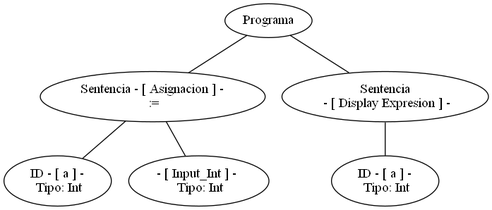
The Graphviz diagram arbol.png in SantiPerez17/Compiladores, before a commit. Its source is kept beside it as arbol.dot.
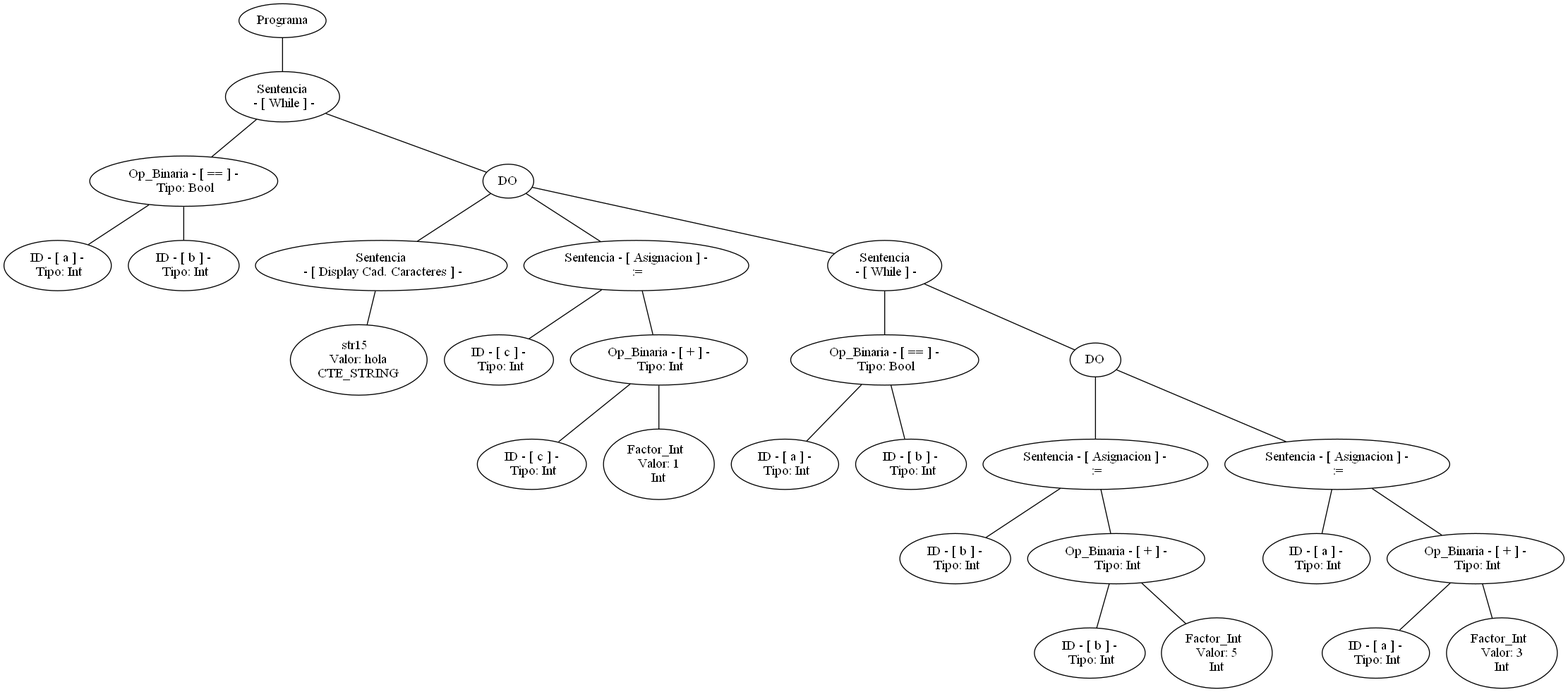
The same diagram one commit later.

Commit message:
While anidado corregido

Diff of the diagram source:
```diff
@@ -1,17 +1,85 @@
 graph G {nodo_programa[label="Programa"]
-nodo_1815674630[label="Sentencia - [ Asignacion ] -
- :="]
-nodo_programa--nodo_1815674630
-nodo_1777485983[label=" ID - [ a ] -
- Tipo: Int"]
-nodo_1815674630--nodo_1777485983
-nodo_1775156878[label="- [ Input_Int ] -
+nodo_1206660229[label="Sentencia
+ - [ While ] -"]
+nodo_programa--nodo_1206660229
+nodo_1815674630[label=" Op_Binaria - [ == ] -
+ Tipo: Bool"]
+nodo_1206660229--nodo_1815674630
+nodo_1775156878[label=" ID - [ a ] -
  Tipo: Int"]
 nodo_1815674630--nodo_1775156878
-nodo_813239062[label="Sentencia
- - [ Display Expresion ] -"]
-nodo_programa--nodo_813239062
-nodo_66249089[label=" ID - [ a ] -
+nodo_1335105062[label=" ID - [ b ] -
  Tipo: Int"]
-nodo_813239062--nodo_66249089
+nodo_1815674630--nodo_1335105062
+nodo_12066602291[label="DO"]
+nodo_1206660229--nodo_12066602291
+nodo_267896023[label="Sentencia
+ - [ Display Cad. Caracteres ] -"]
+nodo_12066602291--nodo_267896023
+nodo_1621955009[label="str15
+ Valor: hola
+CTE_STRING"]
+nodo_267896023--nodo_1621955009
+nodo_859768763[label="Sentencia - [ Asignacion ] -
+ :="]
+nodo_12066602291--nodo_859768763
+nodo_2012327799[label=" ID - [ c ] -
+ Tipo: Int"]
+nodo_859768763--nodo_2012327799
+nodo_1777485983[label=" Op_Binaria - [ + ] -
+ Tipo: Int"]
+nodo_859768763--nodo_1777485983
+nodo_80975355[label=" ID - [ c ] -
+ Tipo: Int"]
+nodo_1777485983--nodo_80975355
+nodo_1081524910[label="Factor_Int
+ Valor: 1
+Int"]
+nodo_1777485983--nodo_1081524910
+nodo_10621368[label="Sentencia
+ - [ While ] -"]
+nodo_12066602291--nodo_10621368
+nodo_1377751868[label=" Op_Binaria - [ == ] -
+ Tipo: Bool"]
+nodo_10621368--nodo_1377751868
+nodo_178166013[label=" ID - [ a ] -
+ Tipo: Int"]
+nodo_1377751868--nodo_178166013
+nodo_425139570[label=" ID - [ b ] -
+ Tipo: Int"]
+nodo_1377751868--nodo_425139570
+nodo_106213681[label="DO"]
+nodo_10621368--nodo_106213681
+nodo_1153360509[label="Sentencia - [ Asignacion ] -
+ :="]
+nodo_106213681--nodo_1153360509
+nodo_848257256[label=" ID - [ b ] -
+ Tipo: Int"]
+nodo_1153360509--nodo_848257256
+nodo_1612532337[label=" Op_Binaria - [ + ] -
+ Tipo: Int"]
+nodo_1153360509--nodo_1612532337
+nodo_1059540439[label=" ID - [ b ] -
+ Tipo: Int"]
+nodo_1612532337--nodo_1059540439
+nodo_1098933182[label="Factor_Int
+ Valor: 5
+Int"]
+nodo_1612532337--nodo_1098933182
+nodo_980908631[label="Sentencia - [ Asignacion ] -
+ :="]
+nodo_106213681--nodo_980908631
+nodo_1824745836[label=" ID - [ a ] -
+ Tipo: Int"]
+nodo_980908631--nodo_1824745836
+nodo_166321181[label=" Op_Binaria - [ + ] -
+ Tipo: Int"]
+nodo_980908631--nodo_166321181
+nodo_1106396872[label=" ID - [ a ] -
+ Tipo: Int"]
+nodo_166321181--nodo_1106396872
+nodo_61690075[label="Factor_Int
+ Valor: 3
+Int"]
+nodo_166321181--nodo_61690075
 }
```
